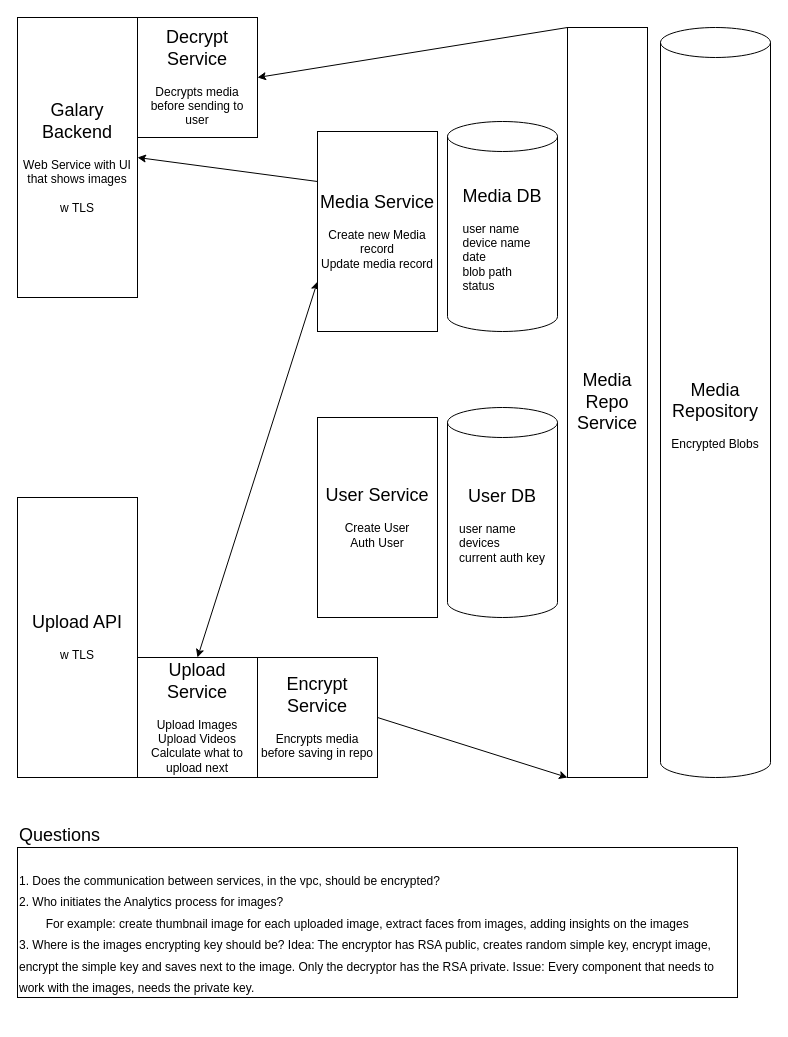
Before: page "System Basics" (1 of 5) of system_design.drawio in ozRnDs/shkedia-cloud-system, a draw.io diagram. Source tidied: cells renumbered, new cells numbered last; positions are measured from the earlier drawing's top-left corner, leaving out a move shared by most shapes. Both pictures are drawn from the tidied source at 100%, with x=0, y=0 at pixel (17, 17).
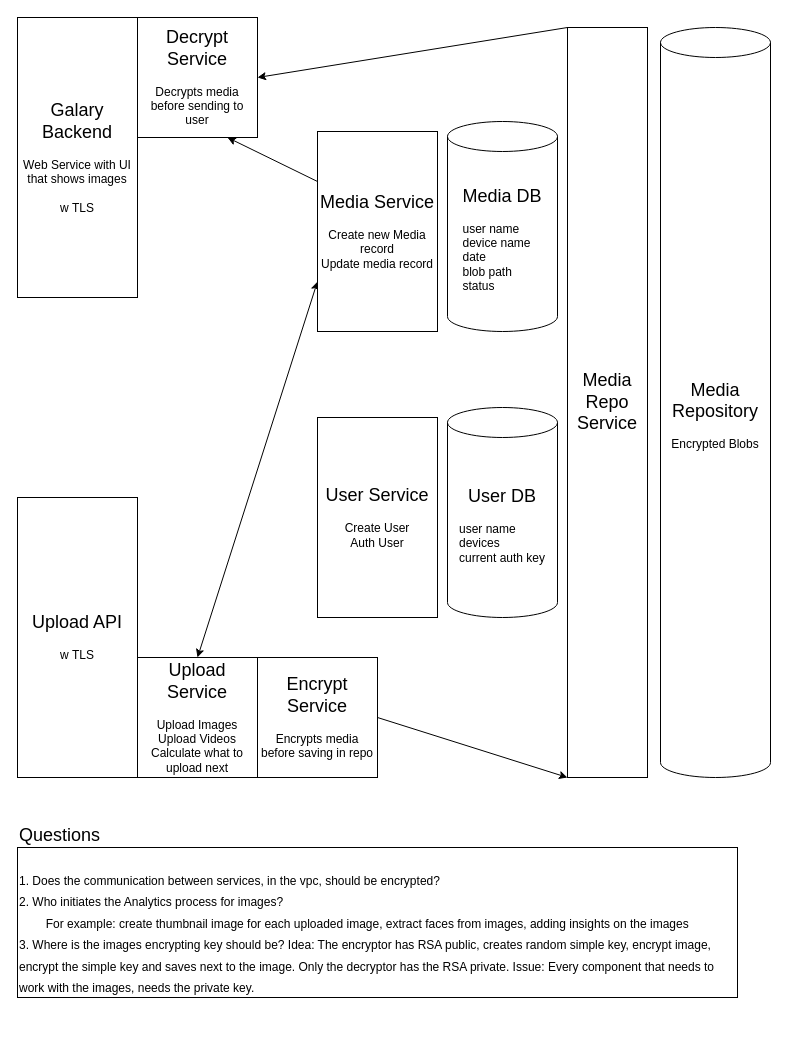
After the change.

Change to the diagram source:
```diff
@@
 <mxGraphModel>
   <root>
     <mxCell id="0" />
     <mxCell id="1" parent="0" />
     <mxCell id="2" value="&lt;span style=&quot;font-size: 18px;&quot;&gt;Upload API&lt;/span&gt;&lt;br&gt;&lt;br&gt;&lt;font style=&quot;font-size: 12px;&quot;&gt;w TLS&lt;/font&gt;" style="rounded=0;whiteSpace=wrap;html=1;" parent="1" vertex="1">
       <mxGeometry y="480" width="120" height="280" as="geometry" />
     </mxCell>
     <mxCell id="3" value="&lt;font style=&quot;font-size: 18px;&quot;&gt;User Service&lt;/font&gt;&lt;br&gt;&lt;br&gt;Create User&lt;br&gt;Auth User" style="rounded=0;whiteSpace=wrap;html=1;" parent="1" vertex="1">
       <mxGeometry x="300" y="400" width="120" height="200" as="geometry" />
     </mxCell>
     <mxCell id="4" value="&lt;font style=&quot;font-size: 18px;&quot;&gt;Upload Service&lt;/font&gt;&lt;br&gt;&lt;br&gt;Upload Images&lt;br&gt;Upload Videos&lt;br&gt;Calculate what to upload next" style="rounded=0;whiteSpace=wrap;html=1;" parent="1" vertex="1">
       <mxGeometry x="120" y="640" width="120" height="120" as="geometry" />
     </mxCell>
     <mxCell id="5" value="&lt;span style=&quot;font-size: 18px;&quot;&gt;Galary Backend&lt;/span&gt;&lt;br&gt;&lt;br&gt;&lt;font style=&quot;font-size: 12px;&quot;&gt;Web Service with UI that shows images&lt;br&gt;&lt;br&gt;w TLS&lt;br&gt;&lt;/font&gt;" style="rounded=0;whiteSpace=wrap;html=1;" parent="1" vertex="1">
       <mxGeometry width="120" height="280" as="geometry" />
     </mxCell>
     <mxCell id="6" value="&lt;font style=&quot;&quot;&gt;&lt;span style=&quot;font-size: 18px;&quot;&gt;Media Repository&lt;/span&gt;&lt;br&gt;&lt;br&gt;&lt;font style=&quot;font-size: 12px;&quot;&gt;Encrypted Blobs&lt;/font&gt;&lt;br&gt;&lt;/font&gt;" style="shape=cylinder3;whiteSpace=wrap;html=1;boundedLbl=1;backgroundOutline=1;size=15;fontSize=12;" parent="1" vertex="1">
       <mxGeometry x="643" y="10" width="110" height="750" as="geometry" />
     </mxCell>
     <mxCell id="7" style="edgeStyle=none;html=1;exitX=1;exitY=0.5;exitDx=0;exitDy=0;entryX=0;entryY=1;entryDx=0;entryDy=0;fontSize=18;" parent="1" edge="1" source="8" target="13">
       <mxGeometry relative="1" as="geometry" />
     </mxCell>
     <mxCell id="8" value="&lt;span style=&quot;font-size: 18px;&quot;&gt;Encrypt Service&lt;/span&gt;&lt;br&gt;&lt;font style=&quot;font-size: 12px;&quot;&gt;&lt;br&gt;Encrypts media before saving in repo&lt;/font&gt;" style="rounded=0;whiteSpace=wrap;html=1;" parent="1" vertex="1">
       <mxGeometry x="240" y="640" width="120" height="120" as="geometry" />
     </mxCell>
     <mxCell id="9" style="edgeStyle=none;html=1;exitX=0;exitY=0;exitDx=0;exitDy=0;entryX=1;entryY=0.5;entryDx=0;entryDy=0;fontSize=12;" parent="1" edge="1" source="13" target="10">
       <mxGeometry relative="1" as="geometry" />
     </mxCell>
     <mxCell id="10" value="&lt;span style=&quot;font-size: 18px;&quot;&gt;Decrypt Service&lt;/span&gt;&lt;br&gt;&lt;font style=&quot;font-size: 12px;&quot;&gt;&lt;br&gt;Decrypts media before sending to user&lt;/font&gt;" style="rounded=0;whiteSpace=wrap;html=1;" parent="1" vertex="1">
       <mxGeometry x="120" width="120" height="120" as="geometry" />
     </mxCell>
     <mxCell id="11" value="&lt;font style=&quot;&quot;&gt;&lt;span style=&quot;font-size: 18px;&quot;&gt;Media DB&lt;/span&gt;&lt;br&gt;&lt;font style=&quot;font-size: 12px;&quot;&gt;&lt;br&gt;&lt;div style=&quot;text-align: left;&quot;&gt;&lt;span style=&quot;background-color: initial;&quot;&gt;user name&lt;/span&gt;&lt;/div&gt;&lt;div style=&quot;text-align: left;&quot;&gt;&lt;span style=&quot;background-color: initial;&quot;&gt;device name&lt;/span&gt;&lt;/div&gt;&lt;div style=&quot;text-align: left;&quot;&gt;&lt;span style=&quot;background-color: initial;&quot;&gt;date&lt;/span&gt;&lt;/div&gt;&lt;div style=&quot;text-align: left;&quot;&gt;&lt;span style=&quot;background-color: initial;&quot;&gt;blob path&lt;/span&gt;&lt;/div&gt;&lt;div style=&quot;text-align: left;&quot;&gt;&lt;span style=&quot;background-color: initial;&quot;&gt;status&lt;/span&gt;&lt;/div&gt;&lt;/font&gt;&lt;/font&gt;" style="shape=cylinder3;whiteSpace=wrap;html=1;boundedLbl=1;backgroundOutline=1;size=15;fontSize=12;" parent="1" vertex="1">
       <mxGeometry x="430" y="104" width="110" height="210" as="geometry" />
     </mxCell>
     <mxCell id="12" value="&lt;font style=&quot;&quot;&gt;&lt;span style=&quot;font-size: 18px;&quot;&gt;User DB&lt;/span&gt;&lt;br&gt;&lt;br&gt;&lt;div style=&quot;text-align: left;&quot;&gt;&lt;span style=&quot;background-color: initial;&quot;&gt;user name&lt;/span&gt;&lt;/div&gt;&lt;font style=&quot;font-size: 12px;&quot;&gt;&lt;div style=&quot;text-align: left;&quot;&gt;&lt;span style=&quot;background-color: initial;&quot;&gt;devices&lt;/span&gt;&lt;/div&gt;&lt;div style=&quot;text-align: left;&quot;&gt;&lt;span style=&quot;background-color: initial;&quot;&gt;current auth key&lt;/span&gt;&lt;/div&gt;&lt;/font&gt;&lt;/font&gt;" style="shape=cylinder3;whiteSpace=wrap;html=1;boundedLbl=1;backgroundOutline=1;size=15;fontSize=12;" parent="1" vertex="1">
       <mxGeometry x="430" y="390" width="110" height="210" as="geometry" />
     </mxCell>
     <mxCell id="13" value="&lt;font style=&quot;font-size: 18px;&quot;&gt;Media Repo Service&lt;/font&gt;" style="rounded=0;whiteSpace=wrap;html=1;fontSize=12;" parent="1" vertex="1">
       <mxGeometry x="550" y="10" width="80" height="750" as="geometry" />
     </mxCell>
-    <mxCell id="14" style="html=1;exitX=0;exitY=0.25;exitDx=0;exitDy=0;entryX=1;entryY=0.5;entryDx=0;entryDy=0;fontSize=18;" parent="1" edge="1" source="16" target="5">
+    <mxCell id="14" style="html=1;exitX=0;exitY=0.25;exitDx=0;exitDy=0;entryX=0.75;entryY=1;entryDx=0;entryDy=0;fontSize=18;" parent="1" edge="1" source="16" target="10">
       <mxGeometry relative="1" as="geometry" />
     </mxCell>
     <mxCell id="15" style="edgeStyle=none;html=1;exitX=0;exitY=0.75;exitDx=0;exitDy=0;entryX=0.5;entryY=0;entryDx=0;entryDy=0;fontSize=18;startArrow=classic;startFill=1;" parent="1" edge="1" source="16" target="4">
       <mxGeometry relative="1" as="geometry" />
     </mxCell>
     <mxCell id="16" value="&lt;font style=&quot;font-size: 18px;&quot;&gt;Media Service&lt;/font&gt;&lt;br&gt;&lt;br&gt;Create new Media record&lt;br&gt;Update media record" style="rounded=0;whiteSpace=wrap;html=1;" parent="1" vertex="1">
       <mxGeometry x="300" y="114" width="120" height="200" as="geometry" />
     </mxCell>
     <mxCell id="17" value="Questions&lt;br&gt;&lt;br&gt;&lt;font style=&quot;font-size: 12px;&quot;&gt;1. Does the communication between services, in the vpc, should be encrypted?&lt;br&gt;2. Who initiates the Analytics process for images?&lt;br&gt;&lt;span style=&quot;white-space: pre;&quot;&gt;&#9;&lt;/span&gt;For example: create thumbnail image for each uploaded image, extract faces from images, adding insights on the images&lt;br&gt;&lt;/font&gt;&lt;font style=&quot;font-size: 12px;&quot;&gt;3. Where is the images encrypting key should be? Idea: The encryptor has RSA public, creates random simple key, encrypt image, encrypt the simple key and saves next to the image. Only the decryptor has the RSA private. Issue: Every component that needs to work with the images, needs the private key.&lt;/font&gt;&lt;br&gt;&lt;span style=&quot;white-space: pre;&quot;&gt;&#9;&lt;/span&gt;" style="rounded=0;whiteSpace=wrap;html=1;fontSize=18;align=left;" parent="1" vertex="1">
       <mxGeometry y="830" width="720" height="150" as="geometry" />
     </mxCell>
   </root>
 </mxGraphModel>
```
